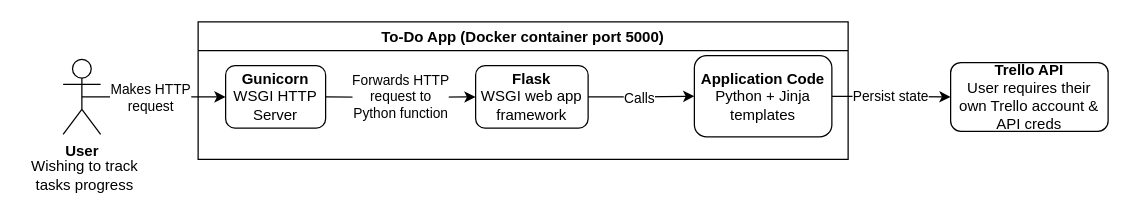
The draw.io diagram page "Container" (2 of 3) of documentation/diagrams.drawio in Sm4o/DevOps-Course-Starter, before the edit. Source tidied: cells renumbered, new cells numbered last; positions are measured from the earlier drawing's top-left corner, leaving out a move shared by most shapes. Both pictures are drawn from the tidied source at 125%, with x=0, y=0 at pixel (21, 21).
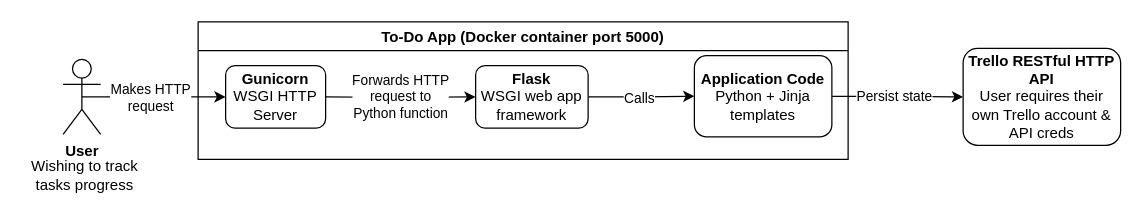
The same diagram, later.

What changed in the source:
```diff
@@
 <mxGraphModel>
   <root>
     <mxCell id="0" />
     <mxCell id="1" parent="0" />
     <mxCell id="2" style="edgeStyle=orthogonalEdgeStyle;rounded=0;jettySize=auto;html=1;exitX=0.5;exitY=0.5;exitDx=0;exitDy=0;exitPerimeter=0;" parent="1" edge="1" source="4" target="11">
       <mxGeometry relative="1" as="geometry" />
     </mxCell>
     <mxCell id="3" value="Makes HTTP&lt;br&gt;request" style="edgeLabel;html=1;align=center;verticalAlign=middle;" parent="2" vertex="1">
       <mxGeometry x="-0.06" relative="1" as="geometry" />
     </mxCell>
     <mxCell id="4" value="&lt;b&gt;User&lt;/b&gt;" style="shape=umlActor;verticalLabelPosition=bottom;verticalAlign=top;html=1;outlineConnect=0;" parent="1" vertex="1">
       <mxGeometry x="33" y="30" width="30" height="60" as="geometry" />
     </mxCell>
     <mxCell id="5" style="edgeStyle=orthogonalEdgeStyle;rounded=0;jettySize=auto;html=1;exitX=1;exitY=0.5;exitDx=0;exitDy=0;" parent="1" edge="1" source="7" target="9">
       <mxGeometry relative="1" as="geometry" />
     </mxCell>
     <mxCell id="6" value="Persist state" style="edgeLabel;html=1;align=center;verticalAlign=middle;" parent="5" vertex="1">
       <mxGeometry x="-0.41" y="1" relative="1" as="geometry">
         <mxPoint x="18" y="1" as="offset" />
       </mxGeometry>
     </mxCell>
     <mxCell id="7" value="&lt;b&gt;Application Code&lt;/b&gt;&lt;br&gt;Python + Jinja templates" style="rounded=1;whiteSpace=wrap;html=1;" parent="1" vertex="1">
       <mxGeometry x="538" y="27" width="110" height="65" as="geometry" />
     </mxCell>
     <mxCell id="8" value="Wishing to track &lt;br&gt;tasks progress" style="text;html=1;align=center;verticalAlign=middle;strokeColor=none;" parent="1" vertex="1">
       <mxGeometry y="108" width="100" height="30" as="geometry" />
     </mxCell>
-    <mxCell id="9" value="&lt;b&gt;Trello API&lt;br&gt;&lt;/b&gt;User requires their own Trello account &amp;amp; API creds" style="rounded=1;whiteSpace=wrap;html=1;" parent="1" vertex="1">
-      <mxGeometry x="743" y="32.5" width="126" height="55" as="geometry" />
+    <mxCell id="9" value="&lt;b&gt;Trello RESTful HTTP API&lt;br&gt;&lt;/b&gt;User requires their own Trello account &amp;amp; API creds" style="rounded=1;whiteSpace=wrap;html=1;" parent="1" vertex="1">
+      <mxGeometry x="753" y="21.2" width="126" height="77.5" as="geometry" />
     </mxCell>
     <mxCell id="10" value="Forwards HTTP &lt;br&gt;request to &lt;br&gt;Python function" style="edgeStyle=orthogonalEdgeStyle;rounded=0;jettySize=auto;html=1;" parent="1" edge="1" target="14">
       <mxGeometry relative="1" as="geometry">
         <mxPoint x="243" y="60" as="sourcePoint" />
       </mxGeometry>
     </mxCell>
     <mxCell id="11" value="&lt;b&gt;Gunicorn&lt;/b&gt;&lt;br&gt;WSGI HTTP Server" style="rounded=1;whiteSpace=wrap;html=1;" parent="1" vertex="1">
       <mxGeometry x="163" y="35" width="80" height="50" as="geometry" />
     </mxCell>
     <mxCell id="12" style="edgeStyle=orthogonalEdgeStyle;rounded=0;jettySize=auto;html=1;" parent="1" edge="1" source="14" target="7">
       <mxGeometry relative="1" as="geometry" />
     </mxCell>
     <mxCell id="13" value="Calls" style="edgeLabel;html=1;align=center;verticalAlign=middle;" parent="12" vertex="1">
       <mxGeometry x="-0.29" y="1" relative="1" as="geometry">
         <mxPoint x="10" y="1" as="offset" />
       </mxGeometry>
     </mxCell>
     <mxCell id="14" value="&lt;b&gt;Flask&lt;/b&gt;&lt;br&gt;WSGI web app framework" style="rounded=1;whiteSpace=wrap;html=1;" parent="1" vertex="1">
       <mxGeometry x="363" y="35" width="90" height="50" as="geometry" />
     </mxCell>
     <mxCell id="15" value="To-Do App (Docker container port 5000)" style="swimlane;shadow=0;" parent="1" vertex="1">
       <mxGeometry x="141" width="520" height="110" as="geometry" />
     </mxCell>
   </root>
 </mxGraphModel>
```
